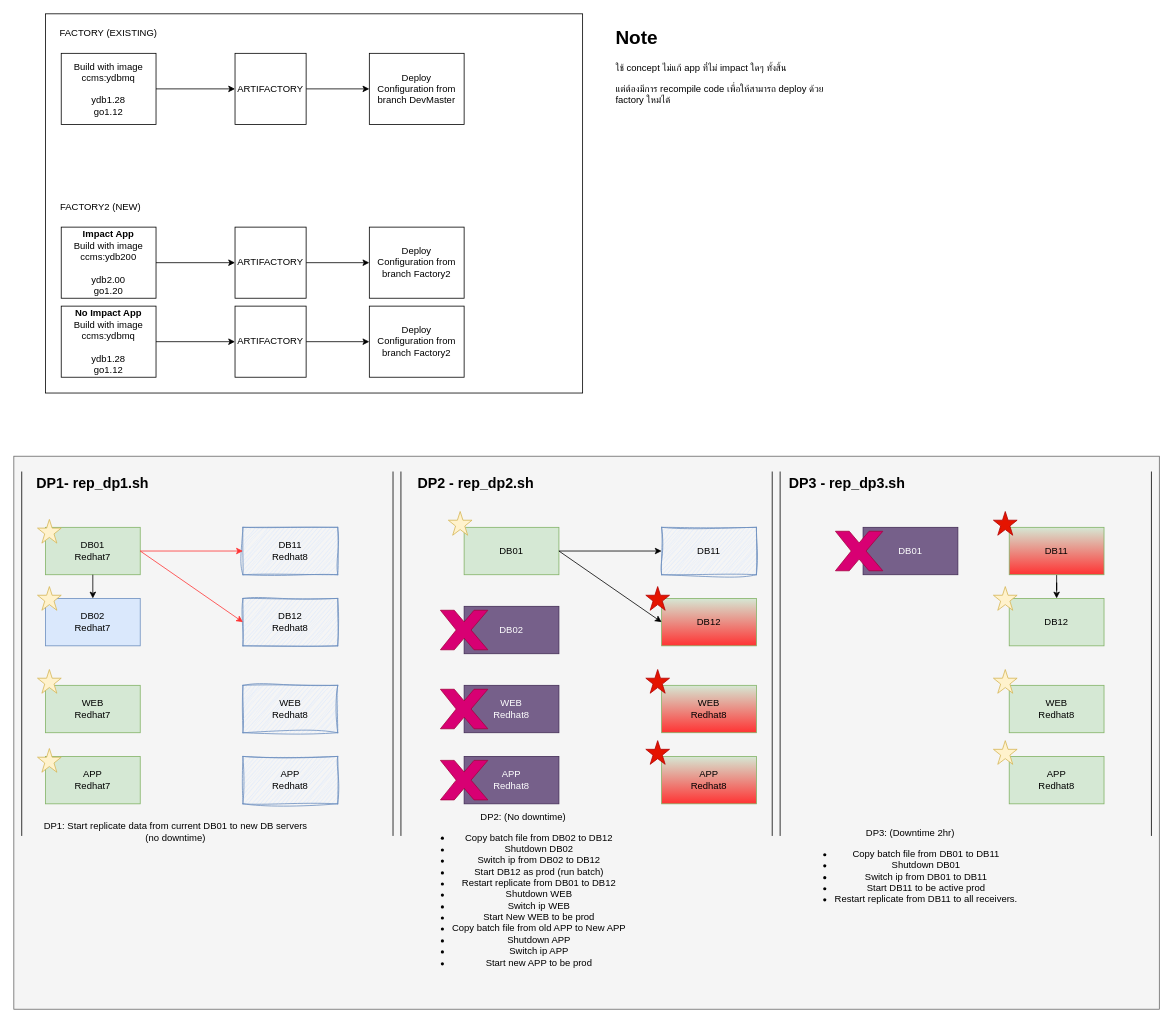
This is page "EOS LINUX" (3 of 5) of CCMS_Project.drawio from chawaratr/drawio, a draw.io file, before an edit. Source tidied: cells renumbered, new cells numbered last; positions are measured from the earlier drawing's top-left corner, leaving out a move shared by most shapes. Both pictures are drawn from the tidied source at 79%, with x=0, y=0 at pixel (13, 13).
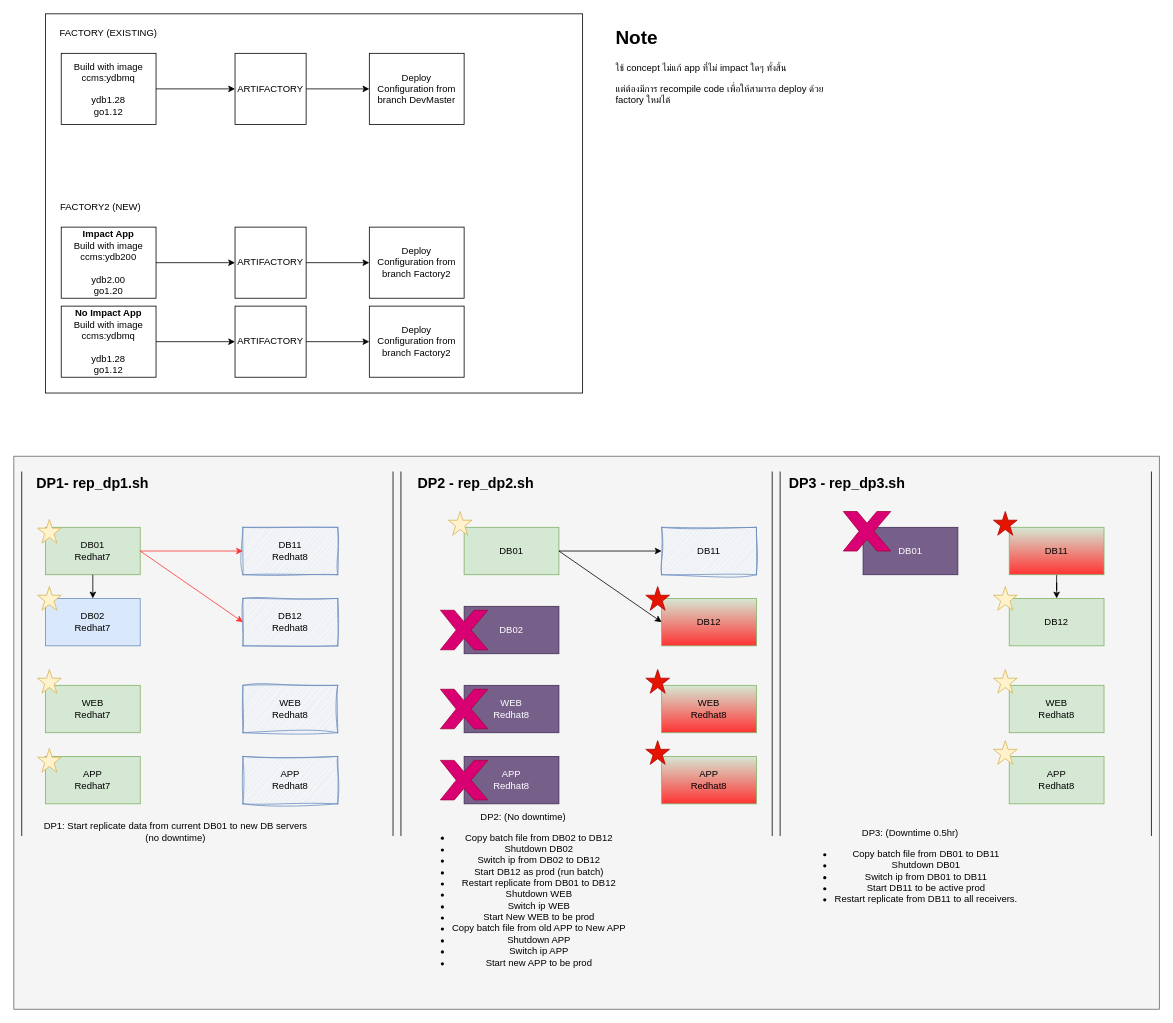
After the change.

The edit, as a diff of the source:
```diff
@@
     <mxCell id="60" style="verticalLabelPosition=bottom;verticalAlign=top;html=1;shape=mxgraph.basic.x;fillColor=#d80073;strokeColor=#A50040;fontColor=#ffffff;" parent="1" vertex="1">
-      <mxGeometry x="1040" y="655" width="60" height="50" as="geometry" />
+      <mxGeometry x="1050" y="630" width="60" height="50" as="geometry" />
     </mxCell>
@@
-    <mxCell id="73" value="DP3: (Downtime 2hr)&lt;div&gt;&lt;ul&gt;&lt;li&gt;Copy batch file from DB01 to DB11&lt;/li&gt;&lt;li&gt;Shutdown DB01&lt;/li&gt;&lt;li&gt;Switch ip from DB01 to DB11&lt;/li&gt;&lt;li&gt;Start DB11 to be active prod&lt;/li&gt;&lt;li&gt;Restart replicate from DB11 to all receivers.&lt;/li&gt;&lt;/ul&gt;&lt;/div&gt;" style="text;html=1;align=center;verticalAlign=middle;whiteSpace=wrap;rounded=0;" parent="1" vertex="1">
+    <mxCell id="73" value="DP3: (Downtime 0.5hr)&lt;div&gt;&lt;ul&gt;&lt;li&gt;Copy batch file from DB01 to DB11&lt;/li&gt;&lt;li&gt;Shutdown DB01&lt;/li&gt;&lt;li&gt;Switch ip from DB01 to DB11&lt;/li&gt;&lt;li&gt;Start DB11 to be active prod&lt;/li&gt;&lt;li&gt;Restart replicate from DB11 to all receivers.&lt;/li&gt;&lt;/ul&gt;&lt;/div&gt;" style="text;html=1;align=center;verticalAlign=middle;whiteSpace=wrap;rounded=0;" parent="1" vertex="1">
       <mxGeometry x="975" y="1070" width="320" height="30" as="geometry" />
     </mxCell>
```
